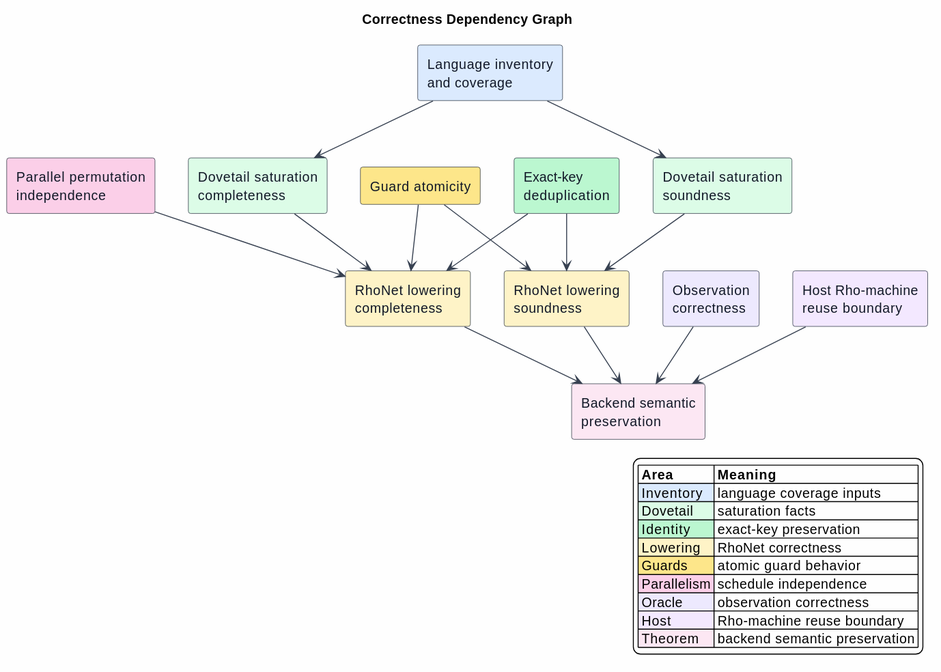
F1R3FLY-io/mettail-rust keeps this PlantUML diagram as docs/architecture/rho-native-integration/figures/06-correctness-and-coverage.svg. Above is the earlier version.
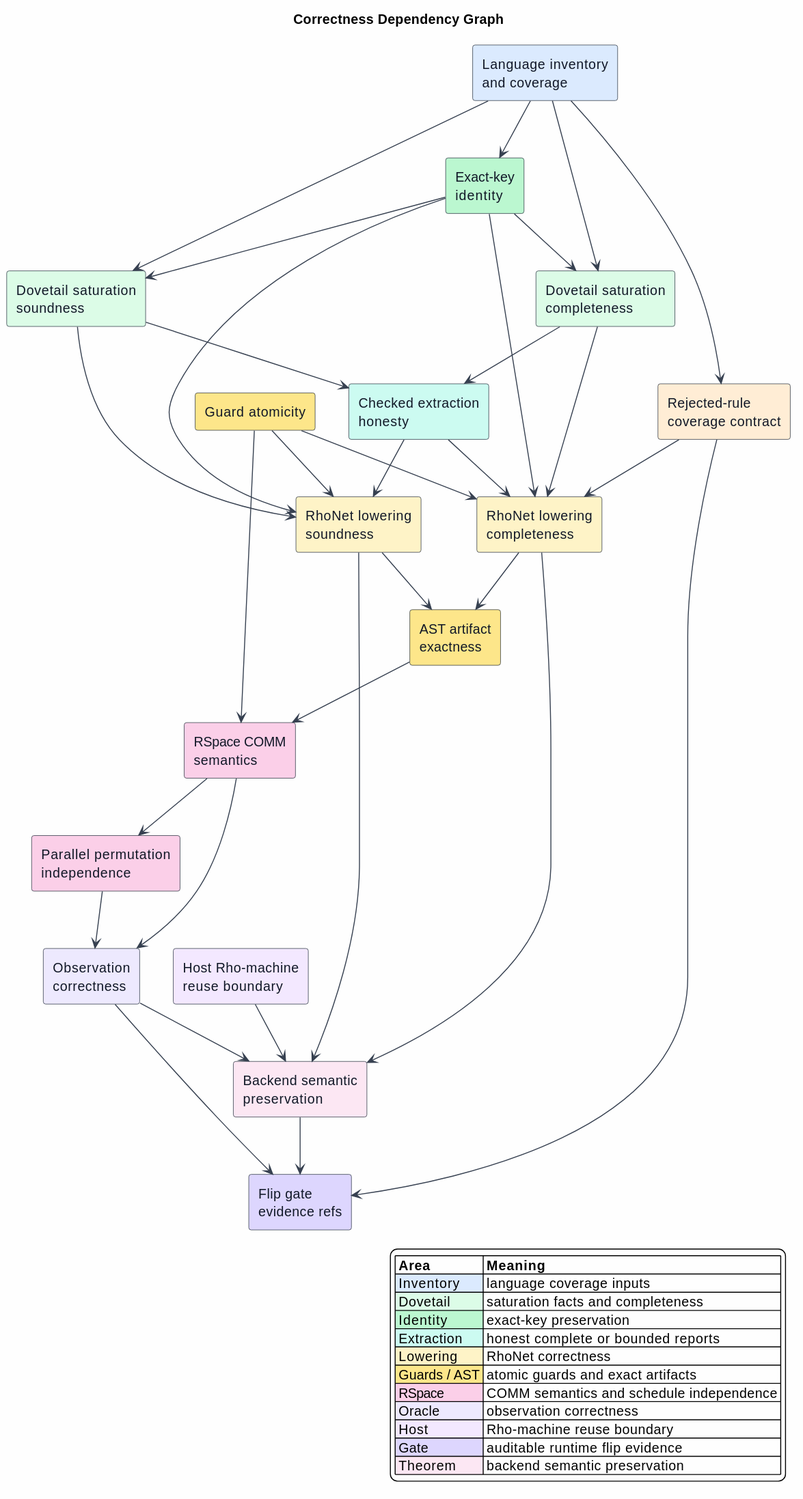
Later version of the same file.

Diff of the diagram source:
```diff
@@ -10,41 +10,66 @@
 skinparam ArrowColor #374151
 
 rectangle "Language inventory\nand coverage" as Inventory #DBEAFE
+rectangle "Exact-key\nidentity" as EK #BBF7D0
 rectangle "Dovetail saturation\nsoundness" as DS #DCFCE7
 rectangle "Dovetail saturation\ncompleteness" as DC #DCFCE7
-rectangle "Exact-key\ndeduplication" as EK #BBF7D0
+rectangle "Checked extraction\nhonesty" as EH #CCFBF1
 rectangle "RhoNet lowering\nsoundness" as RS #FEF3C7
 rectangle "RhoNet lowering\ncompleteness" as RC #FEF3C7
+rectangle "AST artifact\nexactness" as AE #FDE68A
 rectangle "Guard atomicity" as GA #FDE68A
+rectangle "RSpace COMM\nsemantics" as COMM #FBCFE8
 rectangle "Parallel permutation\nindependence" as PI #FBCFE8
 rectangle "Observation\ncorrectness" as OC #EDE9FE
+rectangle "Rejected-rule\ncoverage contract" as RJ #FFEDD5
 rectangle "Host Rho-machine\nreuse boundary" as HR #F3E8FF
+rectangle "Flip gate\nevidence refs" as FG #DDD6FE
 rectangle "Backend semantic\npreservation" as SP #FCE7F3
 
+Inventory --> EK
 Inventory --> DS
 Inventory --> DC
+Inventory --> RJ
+EK --> DS
+EK --> DC
+DS --> EH
+DC --> EH
 DS --> RS
 DC --> RC
 EK --> RS
 EK --> RC
+EH --> RS
+EH --> RC
 GA --> RS
 GA --> RC
-PI --> RC
+RJ --> RC
+RS --> AE
+RC --> AE
+AE --> COMM
+GA --> COMM
+COMM --> PI
+PI --> OC
+COMM --> OC
 RS --> SP
 RC --> SP
 OC --> SP
 HR --> SP
+RJ --> FG
+OC --> FG
+SP --> FG
 
 legend right
 |= Area |= Meaning |
 |<#DBEAFE> Inventory | language coverage inputs |
-|<#DCFCE7> Dovetail | saturation facts |
+|<#DCFCE7> Dovetail | saturation facts and completeness |
 |<#BBF7D0> Identity | exact-key preservation |
+|<#CCFBF1> Extraction | honest complete or bounded reports |
 |<#FEF3C7> Lowering | RhoNet correctness |
-|<#FDE68A> Guards | atomic guard behavior |
-|<#FBCFE8> Parallelism | schedule independence |
+|<#FDE68A> Guards / AST | atomic guards and exact artifacts |
+|<#FBCFE8> RSpace | COMM semantics and schedule independence |
 |<#EDE9FE> Oracle | observation correctness |
 |<#F3E8FF> Host | Rho-machine reuse boundary |
+|<#DDD6FE> Gate | auditable runtime flip evidence |
 |<#FCE7F3> Theorem | backend semantic preservation |
 endlegend
 @enduml
```
